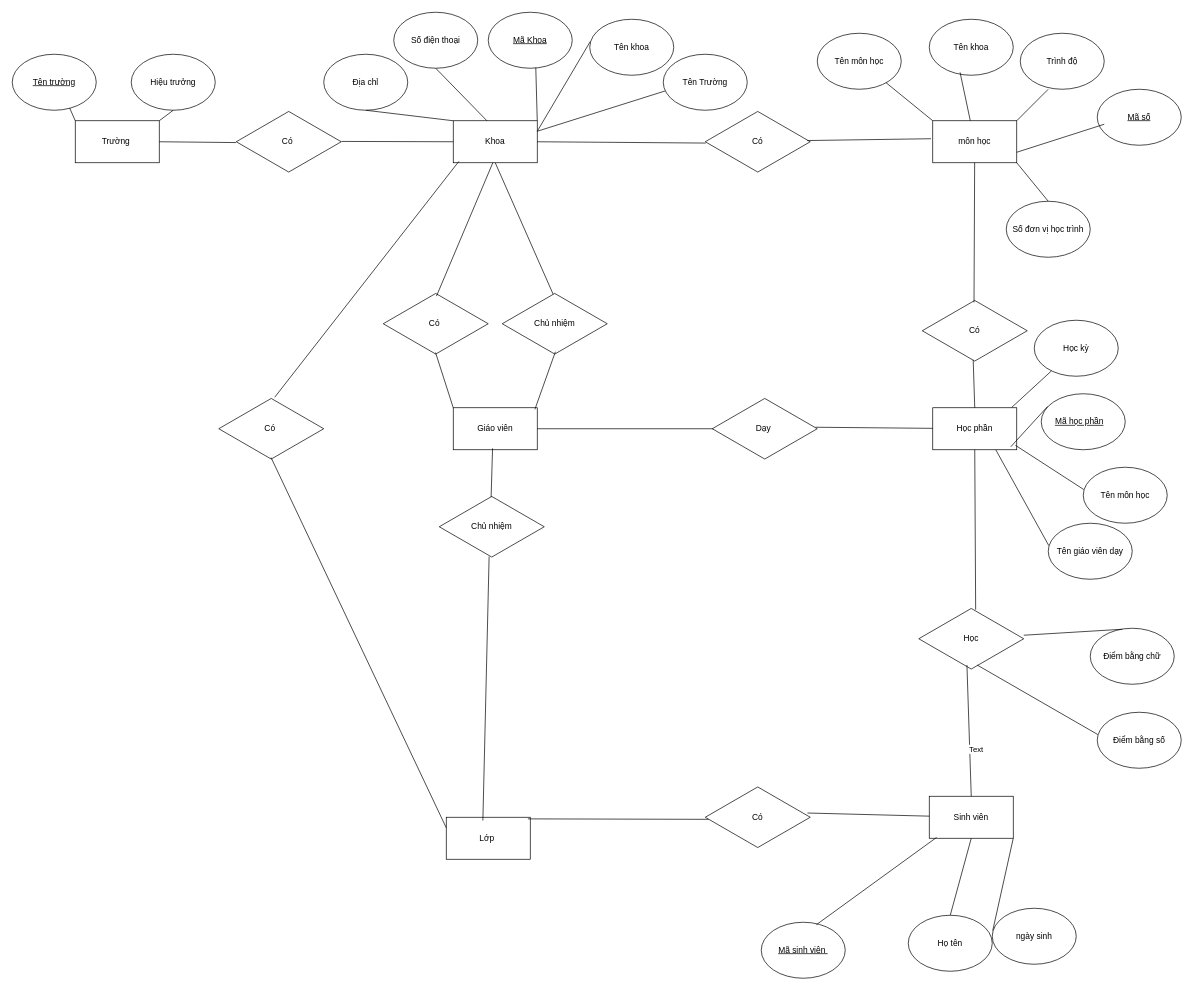
Earlier version of the draw.io diagram Untitled Diagram.drawio (tatho-97/CoSoDuLieu). Source tidied: cells renumbered, new cells numbered last; positions are measured from the earlier drawing's top-left corner, leaving out a move shared by most shapes. Both pictures are drawn from the tidied source at 70%, with x=0, y=0 at pixel (12, 12).
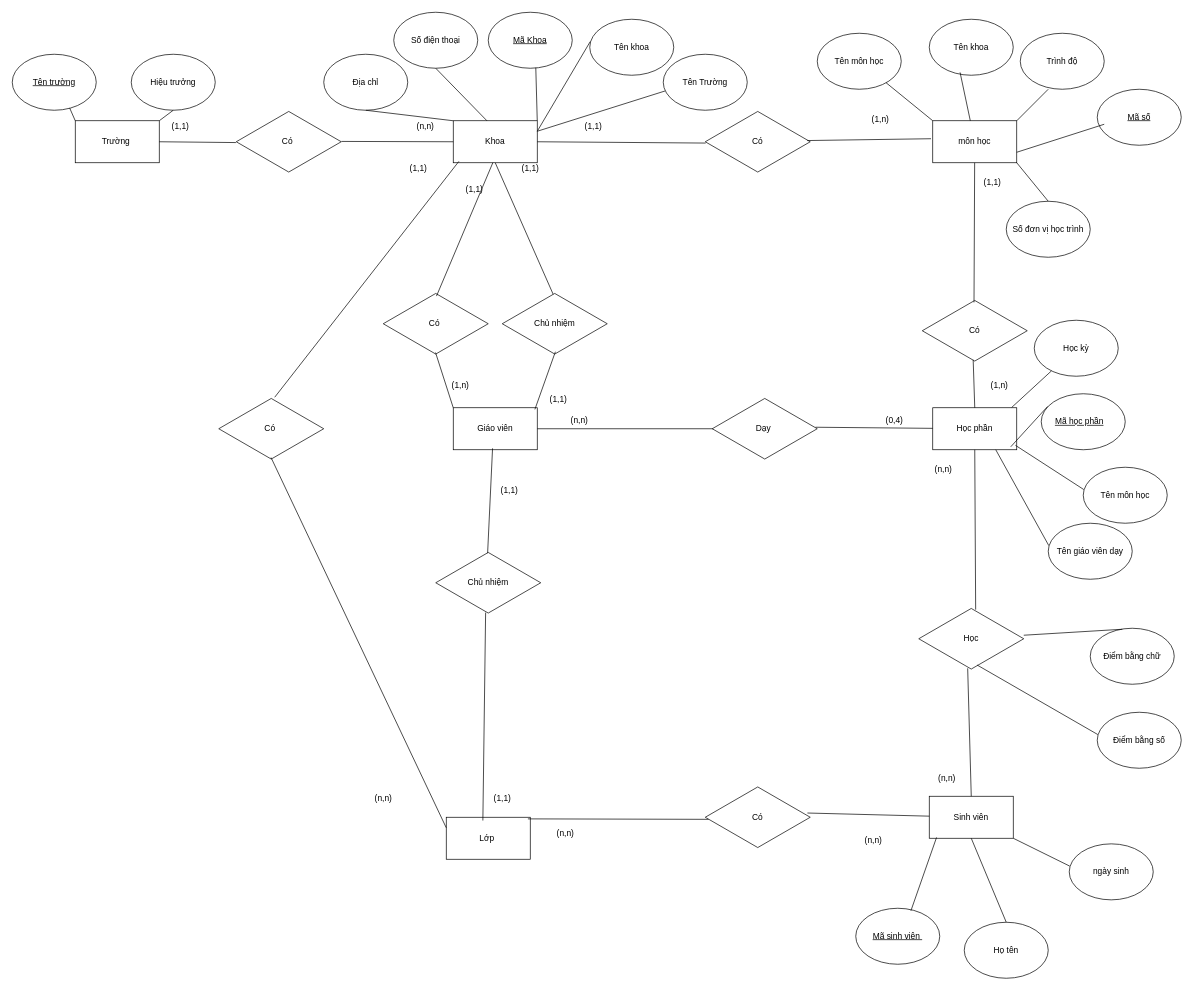
The same diagram, later.

Unchanged cells that the change refers to:
```xml
<mxCell id="49" value="Sinh viên" style="whiteSpace=wrap;html=1;" parent="1" vertex="1">
  <mxGeometry x="1310" y="1120" width="120" height="60" as="geometry" />
</mxCell>
<mxCell id="56" value="Học" style="html=1;whiteSpace=wrap;shape=isoRectangle;" parent="1" vertex="1">
  <mxGeometry x="1295" y="850" width="150" height="90" as="geometry" />
</mxCell>
```

What changed in the source:
```diff
@@
     <mxCell id="50" value="Họ tên" style="ellipse;whiteSpace=wrap;html=1;" parent="1" vertex="1">
-      <mxGeometry x="1280" y="1290" width="120" height="80" as="geometry" />
+      <mxGeometry x="1360" y="1300" width="120" height="80" as="geometry" />
     </mxCell>
     <mxCell id="51" value="ngày sinh" style="ellipse;whiteSpace=wrap;html=1;" parent="1" vertex="1">
-      <mxGeometry x="1400" y="1280" width="120" height="80" as="geometry" />
+      <mxGeometry x="1510" y="1188" width="120" height="80" as="geometry" />
     </mxCell>
     <mxCell id="52" value="&lt;u&gt;Mã sinh viên&amp;nbsp;&lt;/u&gt;" style="ellipse;whiteSpace=wrap;html=1;" parent="1" vertex="1">
-      <mxGeometry x="1070" y="1300" width="120" height="80" as="geometry" />
+      <mxGeometry x="1205" y="1280" width="120" height="80" as="geometry" />
     </mxCell>
@@
-    <mxCell id="57" style="endArrow=none;html=1;rounded=0;exitX=0.5;exitY=0;exitDx=0;exitDy=0;entryX=0.459;entryY=0.918;entryDx=0;entryDy=0;entryPerimeter=0;" parent="1" edge="1" source="49" target="56">
+    <mxCell id="57" style="endArrow=none;html=1;rounded=0;exitX=0.5;exitY=0;exitDx=0;exitDy=0;entryX=0.466;entryY=0.969;entryDx=0;entryDy=0;entryPerimeter=0;" parent="1" edge="1" source="49" target="56">
       <mxGeometry relative="1" as="geometry" />
     </mxCell>
-    <mxCell id="58" value="Text" style="edgeLabel;html=1;align=center;verticalAlign=middle;" parent="57" vertex="1">
-      <mxGeometry x="-0.29" y="-9" relative="1" as="geometry" />
-    </mxCell>
@@
     <mxCell id="68" value="Chủ nhiệm" style="html=1;whiteSpace=wrap;shape=isoRectangle;" parent="1" vertex="1">
-      <mxGeometry x="610" y="690" width="150" height="90" as="geometry" />
+      <mxGeometry x="605" y="770" width="150" height="90" as="geometry" />
     </mxCell>
@@
+    <mxCell id="82" value="(1,1)" style="text;html=1;align=center;verticalAlign=middle;strokeColor=none;fillColor=none;" parent="1" vertex="1">
+      <mxGeometry x="215" y="148" width="50" height="30" as="geometry" />
+    </mxCell>
+    <mxCell id="83" value="(n,n)" style="text;html=1;align=center;verticalAlign=middle;strokeColor=none;fillColor=none;" parent="1" vertex="1">
+      <mxGeometry x="565" y="148" width="50" height="30" as="geometry" />
+    </mxCell>
+    <mxCell id="84" value="(1,n)" style="text;html=1;align=center;verticalAlign=middle;strokeColor=none;fillColor=none;" parent="1" vertex="1">
+      <mxGeometry x="1215" y="138" width="50" height="30" as="geometry" />
+    </mxCell>
+    <mxCell id="85" value="(1,1)" style="text;html=1;align=center;verticalAlign=middle;strokeColor=none;fillColor=none;" parent="1" vertex="1">
+      <mxGeometry x="805" y="148" width="50" height="30" as="geometry" />
+    </mxCell>
+    <mxCell id="86" value="(1,1)" style="text;html=1;align=center;verticalAlign=middle;strokeColor=none;fillColor=none;" parent="1" vertex="1">
+      <mxGeometry x="1375" y="228" width="50" height="30" as="geometry" />
+    </mxCell>
+    <mxCell id="87" value="(1,n)" style="text;html=1;align=center;verticalAlign=middle;strokeColor=none;fillColor=none;" parent="1" vertex="1">
+      <mxGeometry x="1385" y="518" width="50" height="30" as="geometry" />
+    </mxCell>
+    <mxCell id="88" value="(1,n)" style="text;html=1;align=center;verticalAlign=middle;strokeColor=none;fillColor=none;" parent="1" vertex="1">
+      <mxGeometry x="615" y="518" width="50" height="30" as="geometry" />
+    </mxCell>
+    <mxCell id="89" value="(1,1)" style="text;html=1;align=center;verticalAlign=middle;strokeColor=none;fillColor=none;" parent="1" vertex="1">
+      <mxGeometry x="635" y="238" width="50" height="30" as="geometry" />
+    </mxCell>
+    <mxCell id="90" value="(1,1)" style="text;html=1;align=center;verticalAlign=middle;strokeColor=none;fillColor=none;" parent="1" vertex="1">
+      <mxGeometry x="755" y="538" width="50" height="30" as="geometry" />
+    </mxCell>
+    <mxCell id="91" value="(1,1)" style="text;html=1;align=center;verticalAlign=middle;strokeColor=none;fillColor=none;" parent="1" vertex="1">
+      <mxGeometry x="715" y="208" width="50" height="30" as="geometry" />
+    </mxCell>
+    <mxCell id="92" value="(0,4)" style="text;html=1;align=center;verticalAlign=middle;strokeColor=none;fillColor=none;" parent="1" vertex="1">
+      <mxGeometry x="1235" y="568" width="50" height="30" as="geometry" />
+    </mxCell>
+    <mxCell id="93" value="(n,n)" style="text;html=1;align=center;verticalAlign=middle;strokeColor=none;fillColor=none;" parent="1" vertex="1">
+      <mxGeometry x="785" y="568" width="50" height="30" as="geometry" />
+    </mxCell>
+    <mxCell id="94" value="(n,n)" style="text;html=1;align=center;verticalAlign=middle;strokeColor=none;fillColor=none;" parent="1" vertex="1">
+      <mxGeometry x="1305" y="638" width="50" height="30" as="geometry" />
+    </mxCell>
+    <mxCell id="95" value="(n,n)" style="text;html=1;align=center;verticalAlign=middle;strokeColor=none;fillColor=none;" parent="1" vertex="1">
+      <mxGeometry x="1310" y="1080" width="50" height="30" as="geometry" />
+    </mxCell>
+    <mxCell id="96" value="(n,n)" style="text;html=1;align=center;verticalAlign=middle;strokeColor=none;fillColor=none;" parent="1" vertex="1">
+      <mxGeometry x="505" y="1108" width="50" height="30" as="geometry" />
+    </mxCell>
+    <mxCell id="97" value="(1,1)" style="text;html=1;align=center;verticalAlign=middle;strokeColor=none;fillColor=none;" parent="1" vertex="1">
+      <mxGeometry x="555" y="208" width="50" height="30" as="geometry" />
+    </mxCell>
+    <mxCell id="98" value="(1,1)" style="text;html=1;align=center;verticalAlign=middle;strokeColor=none;fillColor=none;" parent="1" vertex="1">
+      <mxGeometry x="685" y="668" width="50" height="30" as="geometry" />
+    </mxCell>
+    <mxCell id="99" value="(1,1)" style="text;html=1;align=center;verticalAlign=middle;strokeColor=none;fillColor=none;" parent="1" vertex="1">
+      <mxGeometry x="675" y="1108" width="50" height="30" as="geometry" />
+    </mxCell>
+    <mxCell id="100" value="(n,n)" style="text;html=1;align=center;verticalAlign=middle;strokeColor=none;fillColor=none;" parent="1" vertex="1">
+      <mxGeometry x="765" y="1158" width="50" height="30" as="geometry" />
+    </mxCell>
+    <mxCell id="101" value="(n,n)" style="text;html=1;align=center;verticalAlign=middle;strokeColor=none;fillColor=none;" parent="1" vertex="1">
+      <mxGeometry x="1205" y="1168" width="50" height="30" as="geometry" />
+    </mxCell>
```
